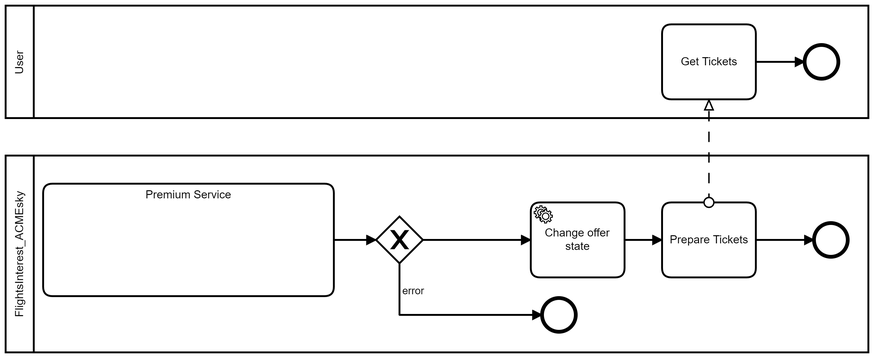
Above: docs/bpmn/PrepareTickets.png in Vallasc/ACMEsky (BPMN), before the change. Its source is kept beside it as docs/bpmn/PrepareTickets.bpmn. Ids are renumbered.
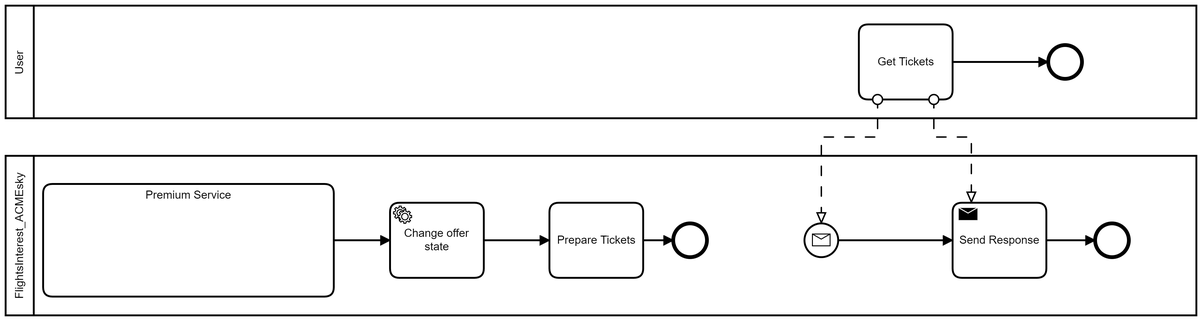
Later version of the same file.

What changed in the source:
```diff
@@ -2,109 +2,120 @@
   <bpmn:collaboration id="Collaboration_n2">
     <bpmn:participant id="Participant_n3" name="User" processRef="Process_n4" />
     <bpmn:participant id="Participant_n5" name="FlightsInterest_ACMEsky" processRef="Process_n6" />
-    <bpmn:messageFlow id="Flow_n7" sourceRef="Activity_n8" targetRef="Activity_n9" />
+    <bpmn:messageFlow id="Flow_n22" sourceRef="Activity_n9" targetRef="Event_n23" />
+    <bpmn:messageFlow id="Flow_n24" sourceRef="Activity_n9" targetRef="Activity_n25" />
   </bpmn:collaboration>
   <bpmn:process id="Process_n4" isExecutable="true">
     <bpmn:sequenceFlow id="Flow_n10" sourceRef="Activity_n9" targetRef="Event_n11" />
     <bpmn:endEvent id="Event_n11">
       <bpmn:incoming>Flow_n10</bpmn:incoming>
     </bpmn:endEvent>
-    <bpmn:task id="Activity_n9" name="Get Tickets">
+    <bpmn:task id="Activity_n9" name="Get tickets">
       <bpmn:outgoing>Flow_n10</bpmn:outgoing>
     </bpmn:task>
   </bpmn:process>
   <bpmn:process id="Process_n6" isExecutable="false">
-    <bpmn:sequenceFlow id="Flow_n12" sourceRef="Gateway_n13" targetRef="Activity_n14" />
     <bpmn:sequenceFlow id="Flow_n15" sourceRef="Activity_n14" targetRef="Activity_n8" />
     <bpmn:sequenceFlow id="Flow_n16" sourceRef="Activity_n8" targetRef="Event_n17" />
-    <bpmn:sequenceFlow id="Flow_n18" name="error" sourceRef="Gateway_n13" targetRef="Event_n19" />
     <bpmn:subProcess id="Activity_n20" name="Premium Service">
       <bpmn:outgoing>Flow_n21</bpmn:outgoing>
     </bpmn:subProcess>
-    <bpmn:exclusiveGateway id="Gateway_n13">
-      <bpmn:incoming>Flow_n21</bpmn:incoming>
-      <bpmn:outgoing>Flow_n12</bpmn:outgoing>
-      <bpmn:outgoing>Flow_n18</bpmn:outgoing>
-    </bpmn:exclusiveGateway>
-    <bpmn:serviceTask id="Activity_n14" name="Change offer state">
-      <bpmn:incoming>Flow_n12</bpmn:incoming>
-      <bpmn:outgoing>Flow_n15</bpmn:outgoing>
-    </bpmn:serviceTask>
+    <bpmn:sequenceFlow id="Flow_n21" sourceRef="Activity_n20" targetRef="Activity_n14" />
     <bpmn:task id="Activity_n8" name="Prepare Tickets">
       <bpmn:incoming>Flow_n15</bpmn:incoming>
       <bpmn:outgoing>Flow_n16</bpmn:outgoing>
     </bpmn:task>
-    <bpmn:endEvent id="Event_n19">
-      <bpmn:incoming>Flow_n18</bpmn:incoming>
-    </bpmn:endEvent>
-    <bpmn:sequenceFlow id="Flow_n21" sourceRef="Activity_n20" targetRef="Gateway_n13" />
+    <bpmn:serviceTask id="Activity_n14" name="Change offer state">
+      <bpmn:incoming>Flow_n21</bpmn:incoming>
+      <bpmn:outgoing>Flow_n15</bpmn:outgoing>
+    </bpmn:serviceTask>
     <bpmn:endEvent id="Event_n17">
       <bpmn:incoming>Flow_n16</bpmn:incoming>
     </bpmn:endEvent>
+    <bpmn:sequenceFlow id="Flow_n26" sourceRef="Event_n23" targetRef="Activity_n25" />
+    <bpmn:sequenceFlow id="Flow_n27" sourceRef="Activity_n25" targetRef="Event_n28" />
+    <bpmn:startEvent id="Event_n23">
+      <bpmn:outgoing>Flow_n26</bpmn:outgoing>
+      <bpmn:messageEventDefinition id="MessageEventDefinition_n29" />
+    </bpmn:startEvent>
+    <bpmn:endEvent id="Event_n28">
+      <bpmn:incoming>Flow_n27</bpmn:incoming>
+    </bpmn:endEvent>
+    <bpmn:sendTask id="Activity_n25" name="Send Response">
+      <bpmn:incoming>Flow_n26</bpmn:incoming>
+      <bpmn:outgoing>Flow_n27</bpmn:outgoing>
+    </bpmn:sendTask>
   </bpmn:process>
   <bpmndi:BPMNDiagram id="BPMNDiagram_1">
     <bpmndi:BPMNPlane id="BPMNPlane_1" bpmnElement="Collaboration_n2">
       <bpmndi:BPMNShape id="Participant_n3_di" bpmnElement="Participant_n3" isHorizontal="true">
-        <dc:Bounds x="160" y="80" width="920" height="120" />
+        <dc:Bounds x="160" y="80" width="1270" height="120" />
       </bpmndi:BPMNShape>
       <bpmndi:BPMNEdge id="Flow_n10_di" bpmnElement="Flow_n10">
-        <di:waypoint x="960" y="140" />
-        <di:waypoint x="1012" y="140" />
+        <di:waypoint x="1170" y="140" />
+        <di:waypoint x="1272" y="140" />
       </bpmndi:BPMNEdge>
       <bpmndi:BPMNShape id="Event_n11_di" bpmnElement="Event_n11">
-        <dc:Bounds x="1012" y="122" width="36" height="36" />
+        <dc:Bounds x="1272" y="122" width="36" height="36" />
       </bpmndi:BPMNShape>
       <bpmndi:BPMNShape id="Activity_n9_di" bpmnElement="Activity_n9">
-        <dc:Bounds x="860" y="100" width="100" height="80" />
+        <dc:Bounds x="1070" y="100" width="100" height="80" />
       </bpmndi:BPMNShape>
       <bpmndi:BPMNShape id="Participant_n5_di" bpmnElement="Participant_n5" isHorizontal="true">
-        <dc:Bounds x="160" y="240" width="920" height="210" />
+        <dc:Bounds x="160" y="240" width="1270" height="170" />
       </bpmndi:BPMNShape>
-      <bpmndi:BPMNEdge id="Flow_n18_di" bpmnElement="Flow_n18">
-        <di:waypoint x="580" y="355" />
-        <di:waypoint x="580" y="410" />
-        <di:waypoint x="732" y="410" />
-        <bpmndi:BPMNLabel>
-          <dc:Bounds x="583" y="378" width="25" height="14" />
-        </bpmndi:BPMNLabel>
+      <bpmndi:BPMNEdge id="Flow_n27_di" bpmnElement="Flow_n27">
+        <di:waypoint x="1270" y="330" />
+        <di:waypoint x="1322" y="330" />
       </bpmndi:BPMNEdge>
-      <bpmndi:BPMNEdge id="Flow_n16_di" bpmnElement="Flow_n16">
-        <di:waypoint x="960" y="330" />
-        <di:waypoint x="1022" y="330" />
-      </bpmndi:BPMNEdge>
-      <bpmndi:BPMNEdge id="Flow_n15_di" bpmnElement="Flow_n15">
-        <di:waypoint x="820" y="330" />
-        <di:waypoint x="860" y="330" />
-      </bpmndi:BPMNEdge>
-      <bpmndi:BPMNEdge id="Flow_n12_di" bpmnElement="Flow_n12">
-        <di:waypoint x="605" y="330" />
-        <di:waypoint x="720" y="330" />
+      <bpmndi:BPMNEdge id="Flow_n26_di" bpmnElement="Flow_n26">
+        <di:waypoint x="1048" y="330" />
+        <di:waypoint x="1170" y="330" />
       </bpmndi:BPMNEdge>
       <bpmndi:BPMNEdge id="Flow_n21_di" bpmnElement="Flow_n21">
         <di:waypoint x="510" y="330" />
-        <di:waypoint x="555" y="330" />
+        <di:waypoint x="570" y="330" />
       </bpmndi:BPMNEdge>
-      <bpmndi:BPMNShape id="Gateway_n13_di" bpmnElement="Gateway_n13" isMarkerVisible="true">
-        <dc:Bounds x="555" y="305" width="50" height="50" />
-      </bpmndi:BPMNShape>
-      <bpmndi:BPMNShape id="Activity_n14_di" bpmnElement="Activity_n14">
-        <dc:Bounds x="720" y="290" width="100" height="80" />
-      </bpmndi:BPMNShape>
-      <bpmndi:BPMNShape id="Activity_n8_di" bpmnElement="Activity_n8">
-        <dc:Bounds x="860" y="290" width="100" height="80" />
-      </bpmndi:BPMNShape>
-      <bpmndi:BPMNShape id="Event_n19_di" bpmnElement="Event_n19">
-        <dc:Bounds x="732" y="392" width="36" height="36" />
-      </bpmndi:BPMNShape>
-      <bpmndi:BPMNShape id="Event_n17_di" bpmnElement="Event_n17">
-        <dc:Bounds x="1022" y="312" width="36" height="36" />
+      <bpmndi:BPMNEdge id="Flow_n16_di" bpmnElement="Flow_n16">
+        <di:waypoint x="840" y="330" />
+        <di:waypoint x="872" y="330" />
+      </bpmndi:BPMNEdge>
+      <bpmndi:BPMNEdge id="Flow_n15_di" bpmnElement="Flow_n15">
+        <di:waypoint x="670" y="330" />
+        <di:waypoint x="740" y="330" />
+      </bpmndi:BPMNEdge>
+      <bpmndi:BPMNShape id="Activity_1t1b87a_di" bpmnElement="Activity_n25">
+        <dc:Bounds x="1170" y="290" width="100" height="80" />
       </bpmndi:BPMNShape>
       <bpmndi:BPMNShape id="Activity_n20_di" bpmnElement="Activity_n20" isExpanded="true">
         <dc:Bounds x="200" y="270" width="310" height="120" />
       </bpmndi:BPMNShape>
-      <bpmndi:BPMNEdge id="Flow_n7_di" bpmnElement="Flow_n7">
-        <di:waypoint x="910" y="290" />
-        <di:waypoint x="910" y="180" />
+      <bpmndi:BPMNShape id="Activity_n8_di" bpmnElement="Activity_n8">
+        <dc:Bounds x="740" y="290" width="100" height="80" />
+      </bpmndi:BPMNShape>
+      <bpmndi:BPMNShape id="Activity_n14_di" bpmnElement="Activity_n14">
+        <dc:Bounds x="570" y="290" width="100" height="80" />
+      </bpmndi:BPMNShape>
+      <bpmndi:BPMNShape id="Event_n17_di" bpmnElement="Event_n17">
+        <dc:Bounds x="872" y="312" width="36" height="36" />
+      </bpmndi:BPMNShape>
+      <bpmndi:BPMNShape id="Event_0n8ubxl_di" bpmnElement="Event_n23">
+        <dc:Bounds x="1012" y="312" width="36" height="36" />
+      </bpmndi:BPMNShape>
+      <bpmndi:BPMNShape id="Event_n28_di" bpmnElement="Event_n28">
+        <dc:Bounds x="1322" y="312" width="36" height="36" />
+      </bpmndi:BPMNShape>
+      <bpmndi:BPMNEdge id="Flow_n22_di" bpmnElement="Flow_n22">
+        <di:waypoint x="1090" y="180" />
+        <di:waypoint x="1090" y="220" />
+        <di:waypoint x="1030" y="220" />
+        <di:waypoint x="1030" y="312" />
+      </bpmndi:BPMNEdge>
+      <bpmndi:BPMNEdge id="Flow_n24_di" bpmnElement="Flow_n24">
+        <di:waypoint x="1150" y="180" />
+        <di:waypoint x="1150" y="220" />
+        <di:waypoint x="1190" y="220" />
+        <di:waypoint x="1190" y="290" />
       </bpmndi:BPMNEdge>
     </bpmndi:BPMNPlane>
   </bpmndi:BPMNDiagram>
```
